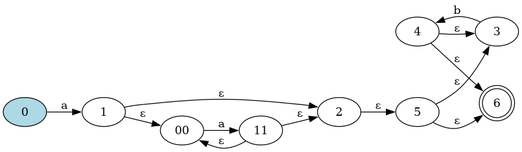
Earlier version of the Graphviz export NDFA.png (Daniel-Sima/Clone-of-the-egrep-UNIX-command). Its source is kept beside it as NDFA.dot.
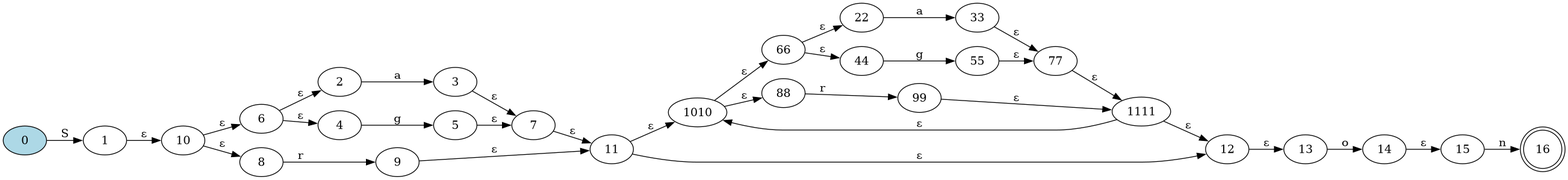
Above is the later version.

The edit, as a diff of the source:
```diff
@@ -1,19 +1,39 @@
 digraph {
 	rankdir=LR;
 
-	6 [shape=doublecircle]
-	0[style=filled, fillcolor="lightblue"]
+	16 [shape=doublecircle]
+	0 [style=filled, fillcolor="lightblue"]
 
-	0->1 [label= "a"];
-	00->11 [label= "a"];
-	1->00 [label= "ε"];
-	11->00 [label= "ε"];
-	1->2 [label= "ε"];
-	11->2 [label= "ε"];
-	3->4 [label= "b"];
-	4->3 [label= "ε"];
-	5->3 [label= "ε"];
-	4->6 [label= "ε"];
-	5->6 [label= "ε"];
-	2->5 [label= "ε"];
+	0->1 [label= "S"];
+	2->3 [label= "a"];
+	4->5 [label= "g"];
+	6->2 [label= "ε"];
+	6->4 [label= "ε"];
+	3->7 [label= "ε"];
+	5->7 [label= "ε"];
+	8->9 [label= "r"];
+	10->6 [label= "ε"];
+	10->8 [label= "ε"];
+	7->11 [label= "ε"];
+	9->11 [label= "ε"];
+	1010->66 [label= "ε"];
+	1010->88 [label= "ε"];
+	66->22 [label= "ε"];
+	66->44 [label= "ε"];
+	88->99 [label= "r"];
+	22->33 [label= "a"];
+	44->55 [label= "g"];
+	99->1111 [label= "ε"];
+	33->77 [label= "ε"];
+	55->77 [label= "ε"];
+	77->1111 [label= "ε"];
+	11->1010 [label= "ε"];
+	1111->1010 [label= "ε"];
+	11->12 [label= "ε"];
+	1111->12 [label= "ε"];
+	1->10 [label= "ε"];
+	13->14 [label= "o"];
+	12->13 [label= "ε"];
+	15->16 [label= "n"];
+	14->15 [label= "ε"];
 }
```
